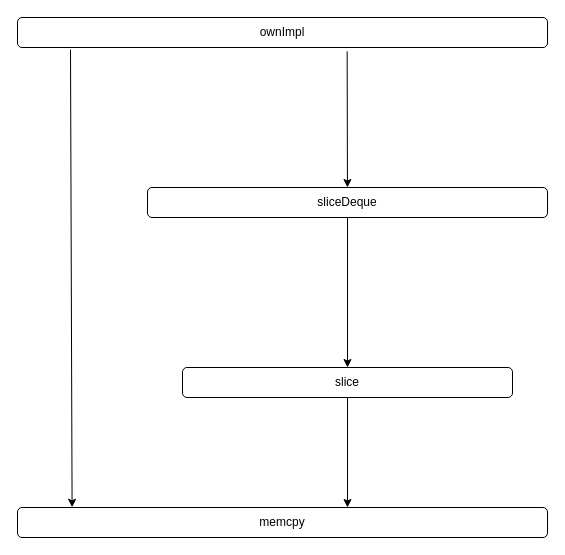
xu1zhou/Documents keeps this draw.io diagram as page "invoke_chain" (8 of 8) of memcpy_test_arch.drawio. Above is the earlier version. Source tidied: cells renumbered, new cells numbered last; positions are measured from the earlier drawing's top-left corner, leaving out a move shared by most shapes. Both pictures are drawn from the tidied source at 100%, with x=0, y=0 at pixel (17, 17).
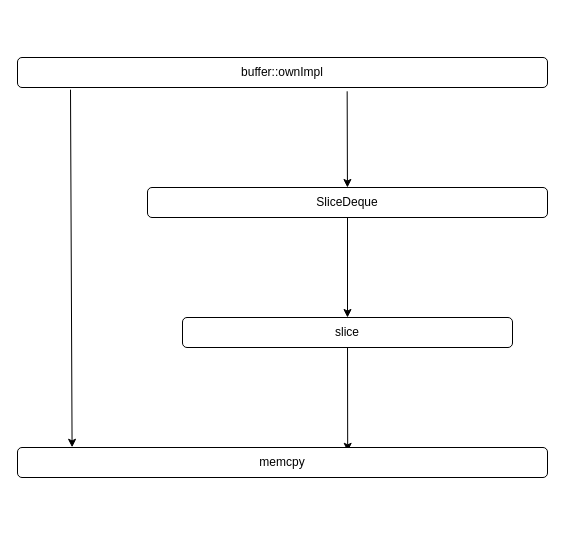
After the change.

Change to the diagram source:
```diff
@@
 <mxGraphModel>
   <root>
     <mxCell id="0" />
     <mxCell id="1" parent="0" />
     <mxCell id="2" style="edgeStyle=none;rounded=0;jettySize=auto;html=1;entryX=0.103;entryY=-0.007;entryDx=0;entryDy=0;entryPerimeter=0;exitX=0.1;exitY=1.073;exitDx=0;exitDy=0;exitPerimeter=0;" parent="1" edge="1" source="4" target="5">
       <mxGeometry relative="1" as="geometry" />
     </mxCell>
     <mxCell id="3" style="edgeStyle=none;rounded=0;jettySize=auto;html=1;exitX=0.622;exitY=1.127;exitDx=0;exitDy=0;exitPerimeter=0;" parent="1" edge="1" source="4" target="7">
       <mxGeometry relative="1" as="geometry" />
     </mxCell>
-    <mxCell id="4" value="ownImpl" style="rounded=1;whiteSpace=wrap;html=1;" parent="1" vertex="1">
-      <mxGeometry width="530" height="30" as="geometry" />
+    <mxCell id="4" value="buffer::ownImpl" style="rounded=1;whiteSpace=wrap;html=1;" parent="1" vertex="1">
+      <mxGeometry y="40" width="530" height="30" as="geometry" />
     </mxCell>
-    <mxCell id="5" value="memcpy" style="rounded=1;whiteSpace=wrap;html=1;" parent="1" vertex="1">
-      <mxGeometry y="490" width="530" height="30" as="geometry" />
-    </mxCell>
     <mxCell id="6" style="edgeStyle=none;rounded=0;jettySize=auto;html=1;" parent="1" edge="1" source="7" target="9">
       <mxGeometry relative="1" as="geometry" />
     </mxCell>
-    <mxCell id="7" value="sliceDeque" style="rounded=1;whiteSpace=wrap;html=1;" parent="1" vertex="1">
+    <mxCell id="7" value="SliceDeque" style="rounded=1;whiteSpace=wrap;html=1;" parent="1" vertex="1">
       <mxGeometry x="130" y="170" width="400" height="30" as="geometry" />
     </mxCell>
-    <mxCell id="8" style="edgeStyle=none;rounded=0;jettySize=auto;html=1;" parent="1" edge="1" source="9">
-      <mxGeometry relative="1" as="geometry">
-        <mxPoint x="330" y="490" as="targetPoint" />
-      </mxGeometry>
-    </mxCell>
+    <mxCell id="10" style="edgeStyle=none;rounded=0;jettySize=auto;html=1;entryX=0.623;entryY=0.127;entryDx=0;entryDy=0;entryPerimeter=0;" parent="1" edge="1" source="9" target="5">
+      <mxGeometry relative="1" as="geometry" />
+    </mxCell>
     <mxCell id="9" value="slice" style="rounded=1;whiteSpace=wrap;html=1;" parent="1" vertex="1">
-      <mxGeometry x="165" y="350" width="330" height="30" as="geometry" />
+      <mxGeometry x="165" y="300" width="330" height="30" as="geometry" />
     </mxCell>
+    <mxCell id="5" value="memcpy" style="rounded=1;whiteSpace=wrap;html=1;" parent="1" vertex="1">
+      <mxGeometry y="430" width="530" height="30" as="geometry" />
+    </mxCell>
   </root>
 </mxGraphModel>
```
